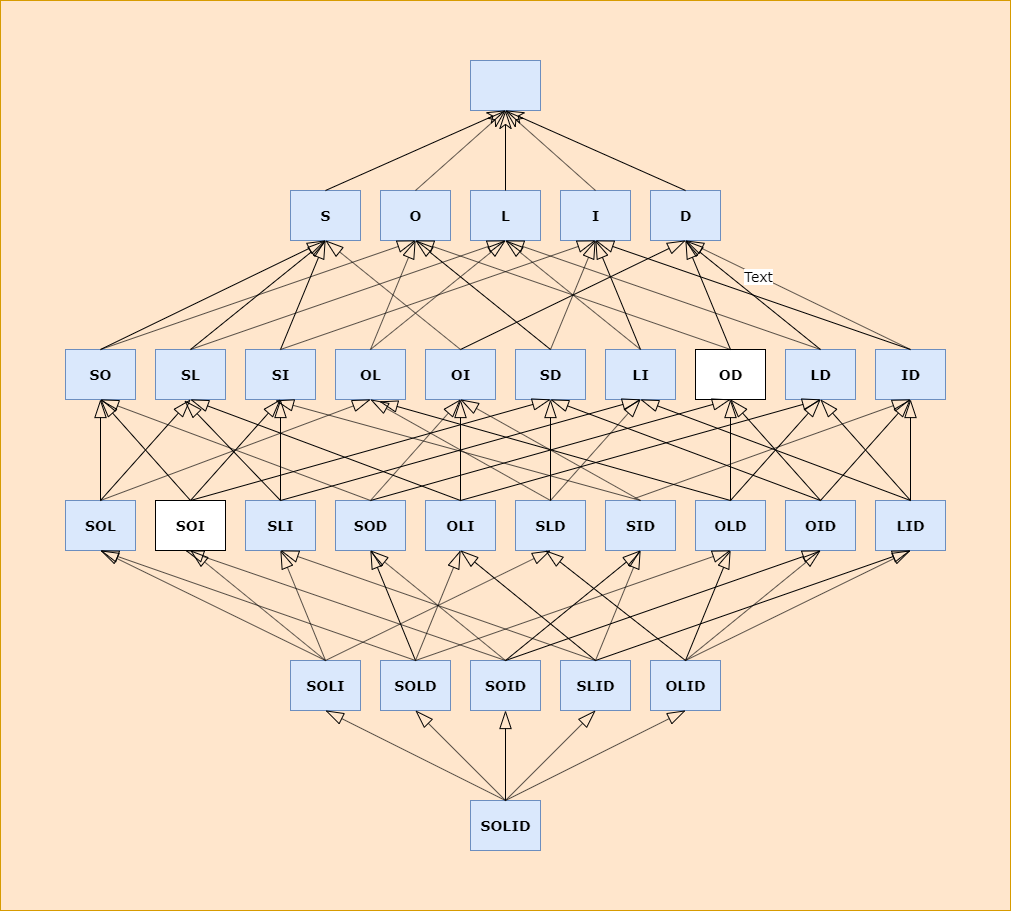
The draw.io diagram images/solid-hasse.png in softspiders/softspiders, before a commit. Source tidied: cells renumbered, new cells last; positions are measured from the earlier drawing's top-left corner, leaving out a move shared by most shapes.
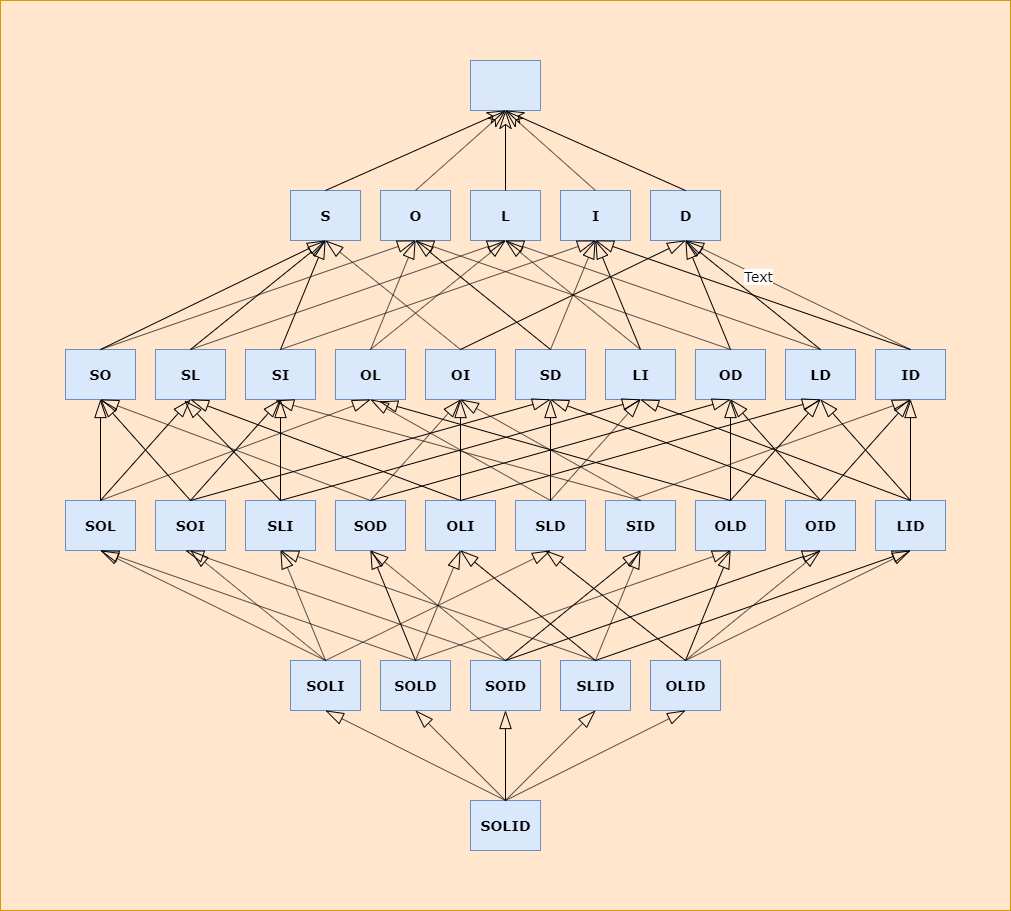
After the commit.

Commit message:
doc: add solid-hasse diagram

Diff of the diagram source:
```diff
@@ -26,7 +26,7 @@
     <mxCell id="9" value="LI" style="html=1;fontStyle=1;fontFamily=Verdana;fontSize=14;fillColor=#dae8fc;strokeColor=#6c8ebf;" parent="1" vertex="1">
       <mxGeometry x="605" y="349" width="70" height="50" as="geometry" />
     </mxCell>
-    <mxCell id="10" value="OD" style="html=1;fontStyle=1;fontFamily=Verdana;fontSize=14;" parent="1" vertex="1">
+    <mxCell id="10" value="OD" style="html=1;fontStyle=1;fontFamily=Verdana;fontSize=14;fillColor=#dae8fc;strokeColor=#6c8ebf;" parent="1" vertex="1">
       <mxGeometry x="695" y="349" width="70" height="50" as="geometry" />
     </mxCell>
     <mxCell id="11" value="LD" style="html=1;fontStyle=1;fontFamily=Verdana;fontSize=14;fillColor=#dae8fc;strokeColor=#6c8ebf;" parent="1" vertex="1">
@@ -38,7 +38,7 @@
     <mxCell id="13" value="SOL" style="html=1;fontStyle=1;fontFamily=Verdana;fontSize=14;fillColor=#dae8fc;strokeColor=#6c8ebf;" parent="1" vertex="1">
       <mxGeometry x="65" y="500" width="70" height="50" as="geometry" />
     </mxCell>
-    <mxCell id="14" value="SOI" style="html=1;fontStyle=1;fontFamily=Verdana;fontSize=14;" parent="1" vertex="1">
+    <mxCell id="14" value="SOI" style="html=1;fontStyle=1;fontFamily=Verdana;fontSize=14;fillColor=#dae8fc;strokeColor=#6c8ebf;" parent="1" vertex="1">
       <mxGeometry x="155" y="500" width="70" height="50" as="geometry" />
     </mxCell>
     <mxCell id="15" value="SLI" style="html=1;fontStyle=1;fontFamily=Verdana;fontSize=14;fillColor=#dae8fc;strokeColor=#6c8ebf;" parent="1" vertex="1">
```
